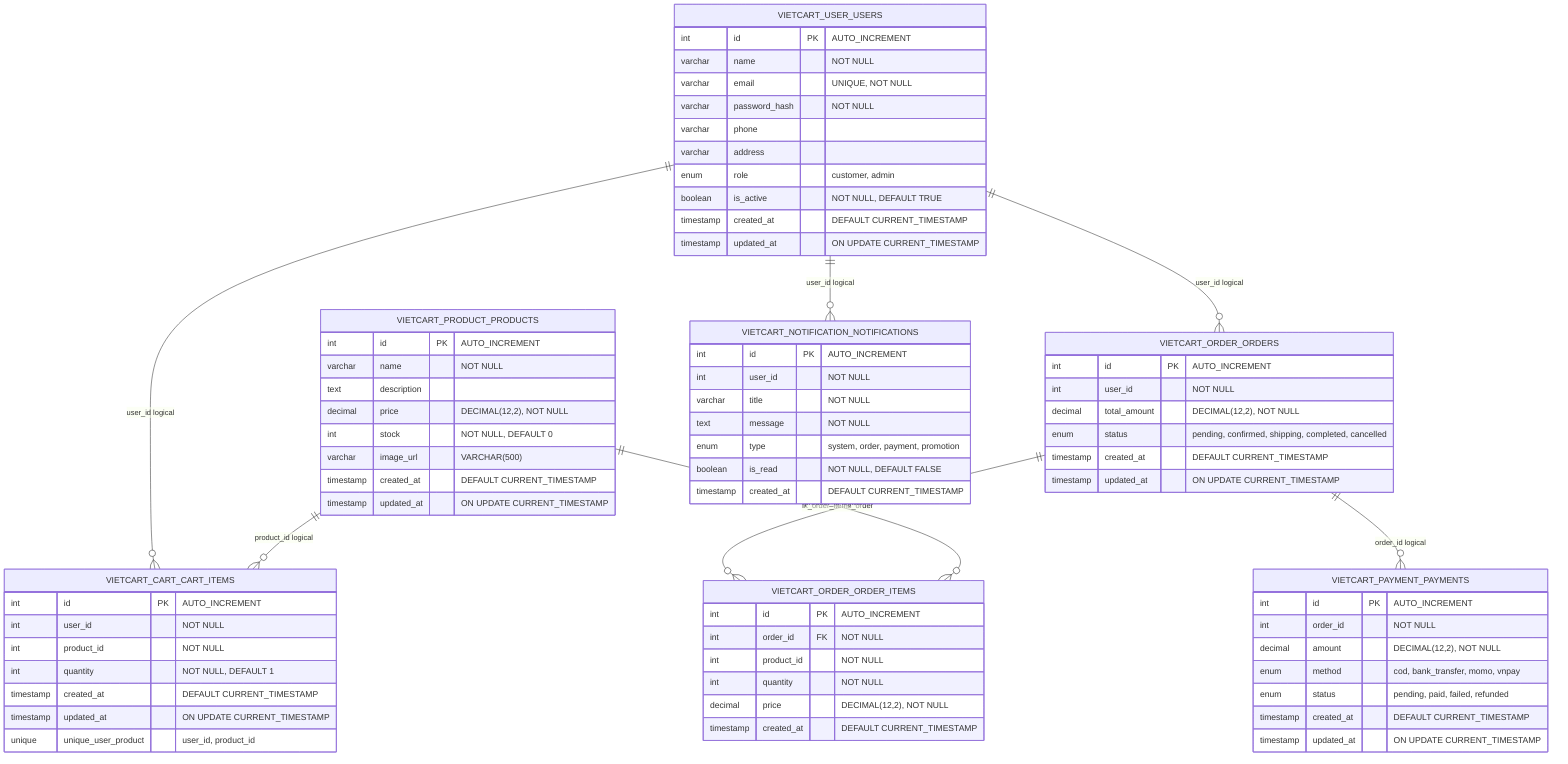
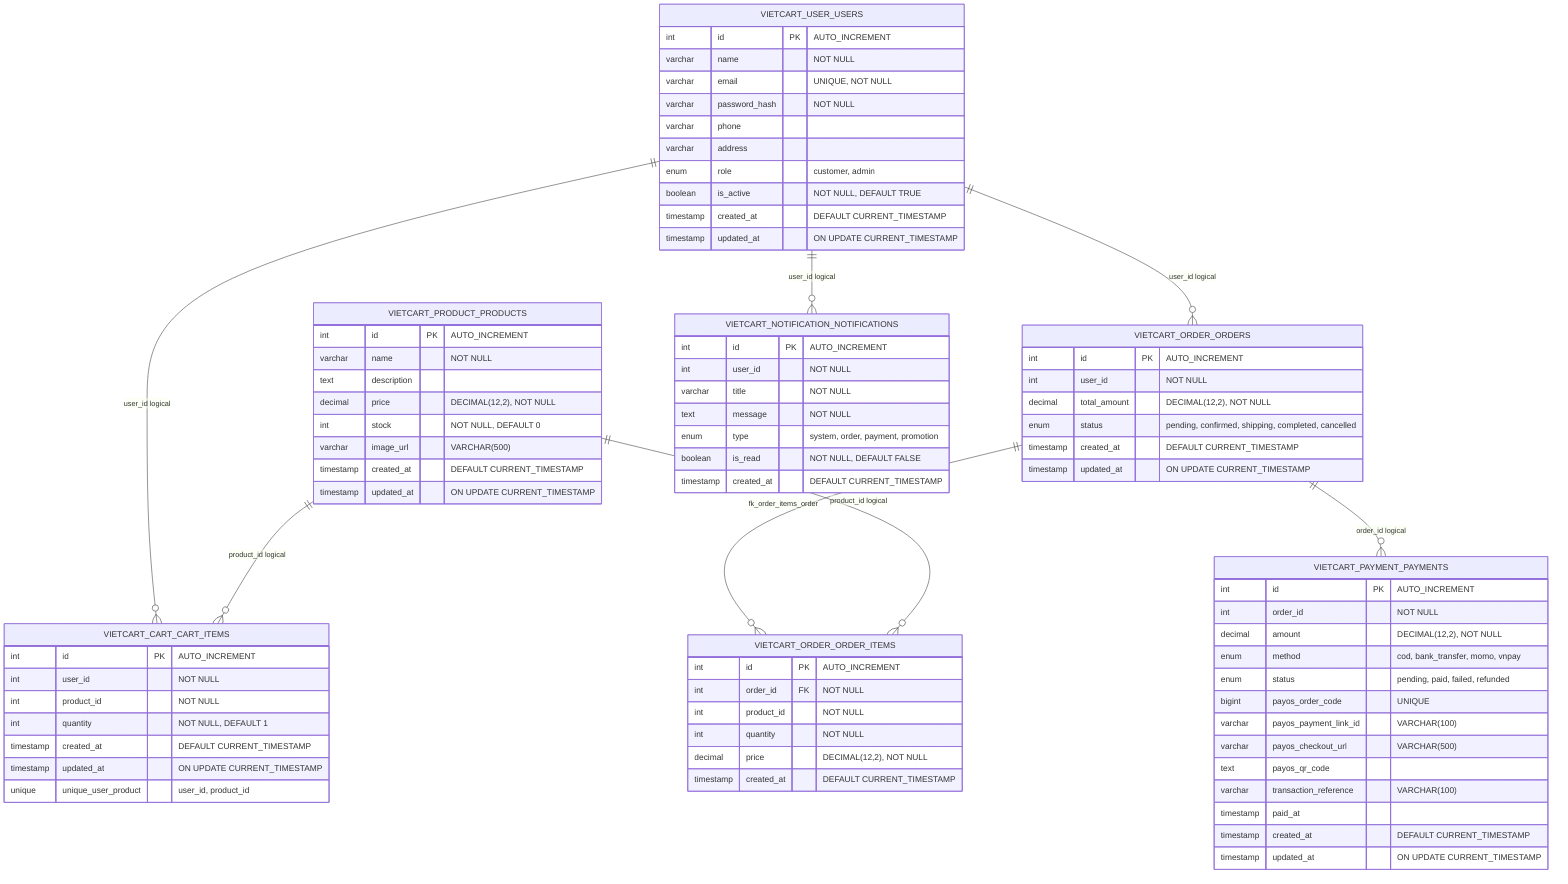
erDiagram
  VIETCART_PRODUCT_PRODUCTS {
    int id PK "AUTO_INCREMENT"
    varchar name "NOT NULL"
    text description
    decimal price "DECIMAL(12,2), NOT NULL"
    int stock "NOT NULL, DEFAULT 0"
    varchar image_url "VARCHAR(500)"
    timestamp created_at "DEFAULT CURRENT_TIMESTAMP"
    timestamp updated_at "ON UPDATE CURRENT_TIMESTAMP"
  }

  VIETCART_CART_CART_ITEMS {
    int id PK "AUTO_INCREMENT"
    int user_id "NOT NULL"
    int product_id "NOT NULL"
    int quantity "NOT NULL, DEFAULT 1"
    timestamp created_at "DEFAULT CURRENT_TIMESTAMP"
    timestamp updated_at "ON UPDATE CURRENT_TIMESTAMP"
    unique unique_user_product "user_id, product_id"
  }

  VIETCART_ORDER_ORDERS {
    int id PK "AUTO_INCREMENT"
    int user_id "NOT NULL"
    decimal total_amount "DECIMAL(12,2), NOT NULL"
    enum status "pending, confirmed, shipping, completed, cancelled"
    timestamp created_at "DEFAULT CURRENT_TIMESTAMP"
    timestamp updated_at "ON UPDATE CURRENT_TIMESTAMP"
  }

  VIETCART_ORDER_ORDER_ITEMS {
    int id PK "AUTO_INCREMENT"
    int order_id FK "NOT NULL"
    int product_id "NOT NULL"
    int quantity "NOT NULL"
    decimal price "DECIMAL(12,2), NOT NULL"
    timestamp created_at "DEFAULT CURRENT_TIMESTAMP"
  }

  VIETCART_PAYMENT_PAYMENTS {
    int id PK "AUTO_INCREMENT"
    int order_id "NOT NULL"
    decimal amount "DECIMAL(12,2), NOT NULL"
    enum method "cod, bank_transfer, momo, vnpay"
    enum status "pending, paid, failed, refunded"
+     bigint payos_order_code "UNIQUE"
+     varchar payos_payment_link_id "VARCHAR(100)"
+     varchar payos_checkout_url "VARCHAR(500)"
+     text payos_qr_code
+     varchar transaction_reference "VARCHAR(100)"
+     timestamp paid_at
    timestamp created_at "DEFAULT CURRENT_TIMESTAMP"
    timestamp updated_at "ON UPDATE CURRENT_TIMESTAMP"
  }

  VIETCART_NOTIFICATION_NOTIFICATIONS {
    int id PK "AUTO_INCREMENT"
    int user_id "NOT NULL"
    varchar title "NOT NULL"
    text message "NOT NULL"
    enum type "system, order, payment, promotion"
    boolean is_read "NOT NULL, DEFAULT FALSE"
    timestamp created_at "DEFAULT CURRENT_TIMESTAMP"
  }

  VIETCART_USER_USERS {
    int id PK "AUTO_INCREMENT"
    varchar name "NOT NULL"
    varchar email "UNIQUE, NOT NULL"
    varchar password_hash "NOT NULL"
    varchar phone
    varchar address
    enum role "customer, admin"
    boolean is_active "NOT NULL, DEFAULT TRUE"
    timestamp created_at "DEFAULT CURRENT_TIMESTAMP"
    timestamp updated_at "ON UPDATE CURRENT_TIMESTAMP"
  }

  VIETCART_ORDER_ORDERS ||--o{ VIETCART_ORDER_ORDER_ITEMS : "fk_order_items_order"
  VIETCART_USER_USERS ||--o{ VIETCART_CART_CART_ITEMS : "user_id logical"
  VIETCART_PRODUCT_PRODUCTS ||--o{ VIETCART_CART_CART_ITEMS : "product_id logical"
  VIETCART_USER_USERS ||--o{ VIETCART_ORDER_ORDERS : "user_id logical"
  VIETCART_PRODUCT_PRODUCTS ||--o{ VIETCART_ORDER_ORDER_ITEMS : "product_id logical"
  VIETCART_ORDER_ORDERS ||--o{ VIETCART_PAYMENT_PAYMENTS : "order_id logical"
  VIETCART_USER_USERS ||--o{ VIETCART_NOTIFICATION_NOTIFICATIONS : "user_id logical"

  %% Microservices database-per-service notes:
  %% - Tables checked against database/*.sql and backend SQL queries: products, cart_items, orders, order_items, payments, notifications, users.
  %% - order_items.order_id is the only enforced foreign key in the SQL files.
  %% - cart_items.product_id stores Product Service product id but has no cross-database foreign key.
  %% - order_items.product_id stores Product Service product id but has no cross-database foreign key.
  %% - payments.order_id stores Order Service order id but has no cross-database foreign key.
  %% - cart_items.user_id, orders.user_id and notifications.user_id store User Service ids without cross-database foreign keys.
